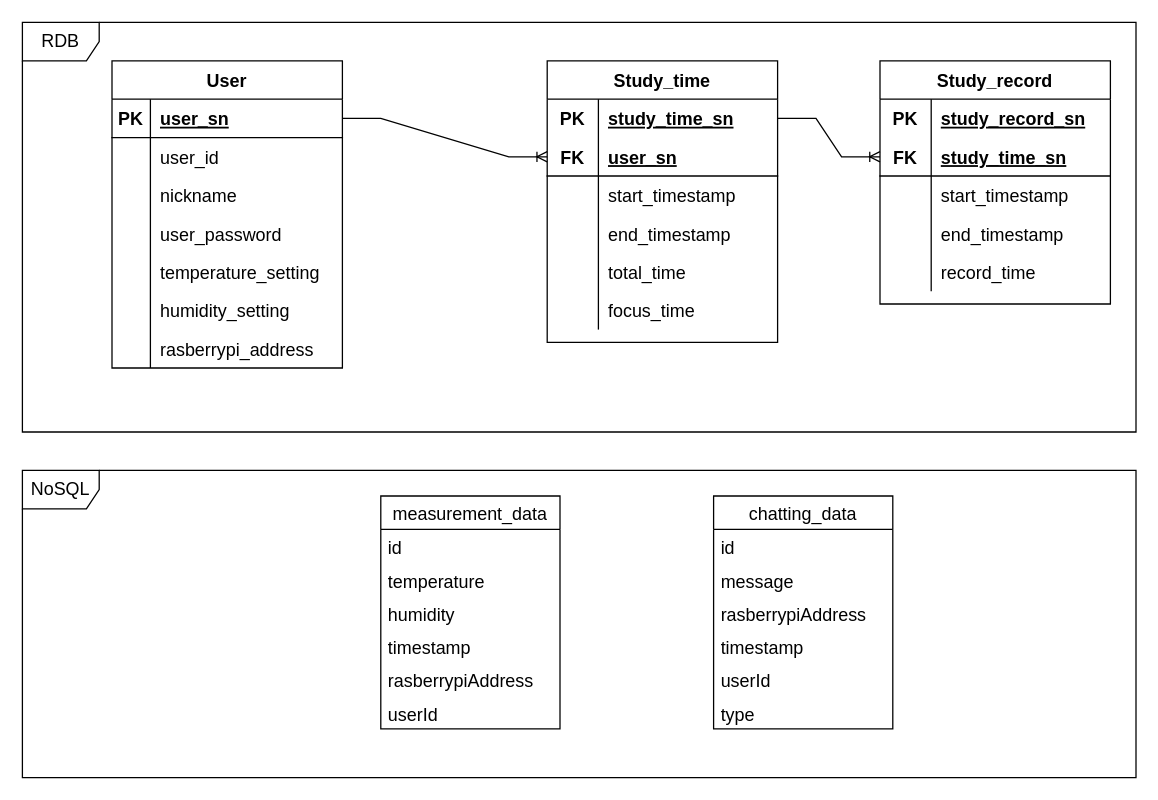
This is page "ERD" (11 of 11) of doc/UML.drawio from veryneuron/study_mate_project, a draw.io file, before an edit. Source tidied: cells renumbered, new cells numbered last; positions are measured from the earlier drawing's top-left corner, leaving out a move shared by most shapes. Both pictures are drawn from the tidied source at 128%, with x=0, y=0 at pixel (22, 22).
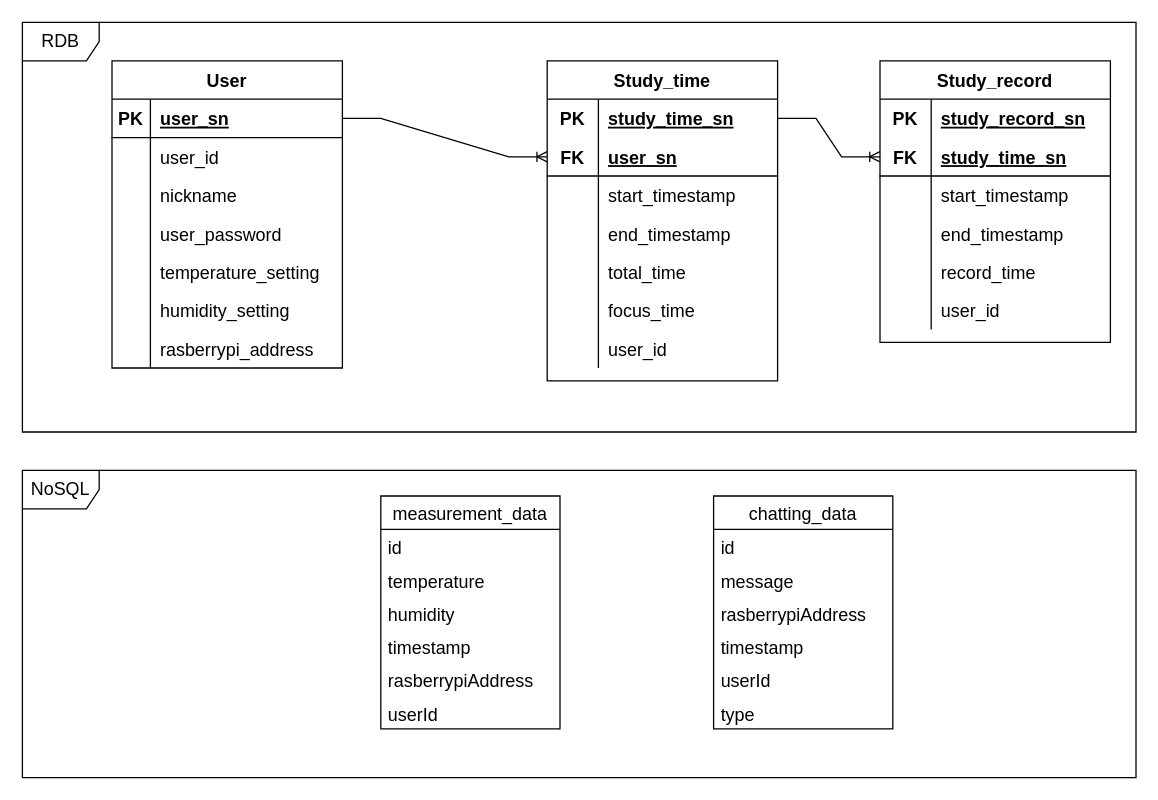
The same page after the edit.

Commit message (it also covers changes not shown here):
ERD user_id 추가

Diff of the diagram source:
```diff
@@
     <mxCell id="26" value="Study_record" style="shape=table;startSize=30;childLayout=tableLayout;rowLines=0;fontStyle=1;align=center;fontSize=14;" parent="1" vertex="1">
-      <mxGeometry x="670" y="30" width="180" height="190" as="geometry" />
+      <mxGeometry x="670" y="30" width="180" height="220" as="geometry" />
     </mxCell>
@@
+    <mxCell id="81" style="shape=tableRow;horizontal=0;startSize=0;swimlaneHead=0;swimlaneBody=0;fillColor=none;top=0;left=0;right=0;bottom=0;fontSize=14;" parent="26" vertex="1">
+      <mxGeometry y="180" width="180" height="30" as="geometry" />
+    </mxCell>
+    <mxCell id="82" style="shape=partialRectangle;fillColor=none;top=0;left=0;bottom=0;right=0;overflow=hidden;fontSize=14;" parent="81" vertex="1">
+      <mxGeometry width="40" height="30" as="geometry" />
+    </mxCell>
+    <mxCell id="83" value="user_id" style="shape=partialRectangle;fillColor=none;top=0;left=0;bottom=0;right=0;align=left;spacingLeft=6;overflow=hidden;fontSize=14;" parent="81" vertex="1">
+      <mxGeometry x="40" width="140" height="30" as="geometry" />
+    </mxCell>
@@
     <mxCell id="43" value="Study_time" style="shape=table;startSize=30;childLayout=tableLayout;rowLines=0;fontStyle=1;align=center;fontSize=14;" parent="1" vertex="1">
-      <mxGeometry x="410" y="30" width="180" height="220" as="geometry" />
+      <mxGeometry x="410" y="30" width="180" height="250" as="geometry" />
     </mxCell>
@@
+    <mxCell id="84" style="shape=tableRow;horizontal=0;startSize=0;swimlaneHead=0;swimlaneBody=0;fillColor=none;top=0;left=0;right=0;bottom=0;fontSize=14;" parent="43" vertex="1">
+      <mxGeometry y="210" width="180" height="30" as="geometry" />
+    </mxCell>
+    <mxCell id="85" style="shape=partialRectangle;fillColor=none;top=0;left=0;bottom=0;right=0;overflow=hidden;fontSize=14;" parent="84" vertex="1">
+      <mxGeometry width="40" height="30" as="geometry" />
+    </mxCell>
+    <mxCell id="86" value="user_id" style="shape=partialRectangle;fillColor=none;top=0;left=0;bottom=0;right=0;align=left;spacingLeft=6;overflow=hidden;fontSize=14;" parent="84" vertex="1">
+      <mxGeometry x="40" width="140" height="30" as="geometry" />
+    </mxCell>
```
